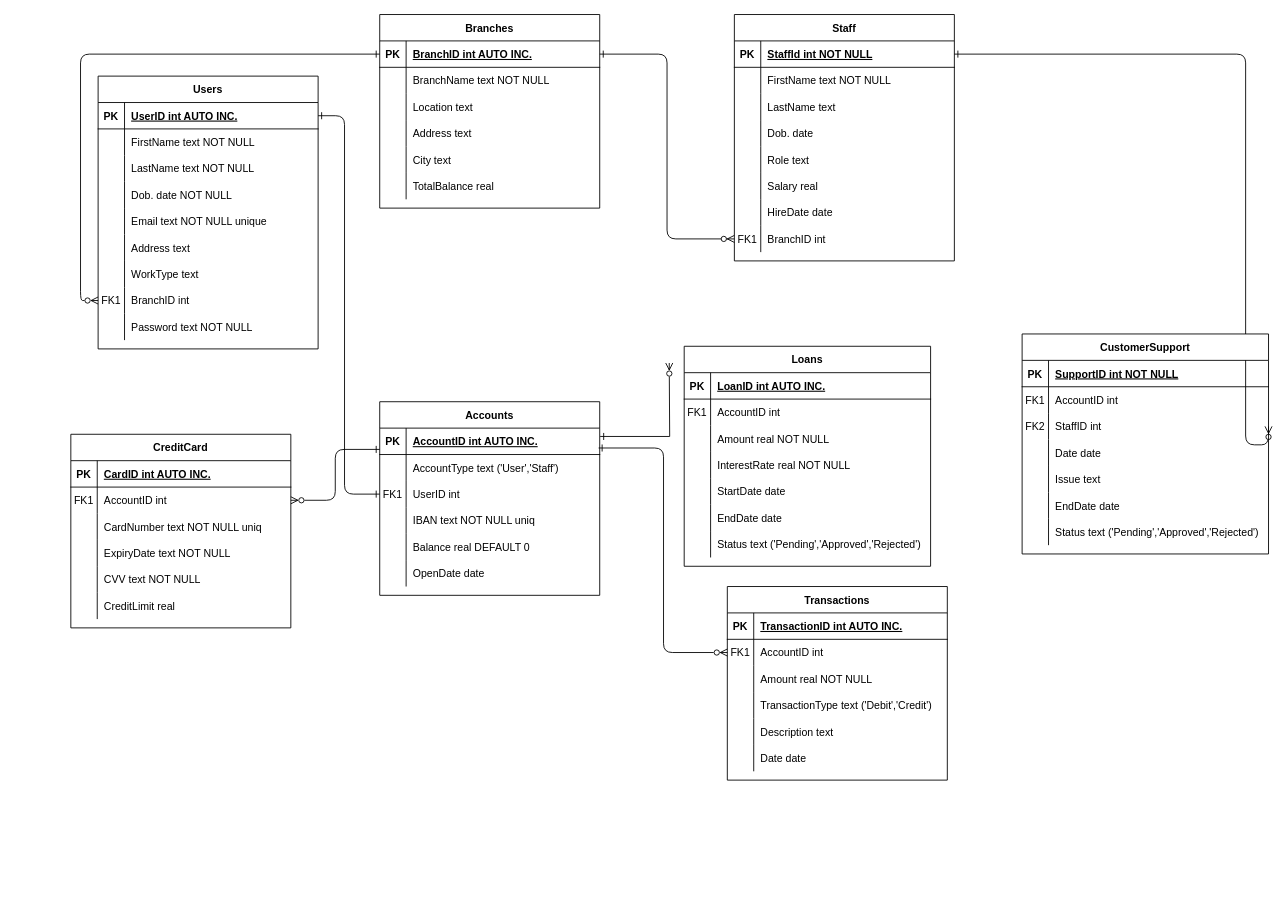
Eneuss/NoteBank keeps this draw.io diagram as NoteBank.drawio. Above is the earlier version. Source tidied: cells renumbered, new cells numbered last; positions are measured from the earlier drawing's top-left corner, leaving out a move shared by most shapes. Both pictures are drawn from the tidied source at 88%, with x=0, y=0 at pixel (70, 14).
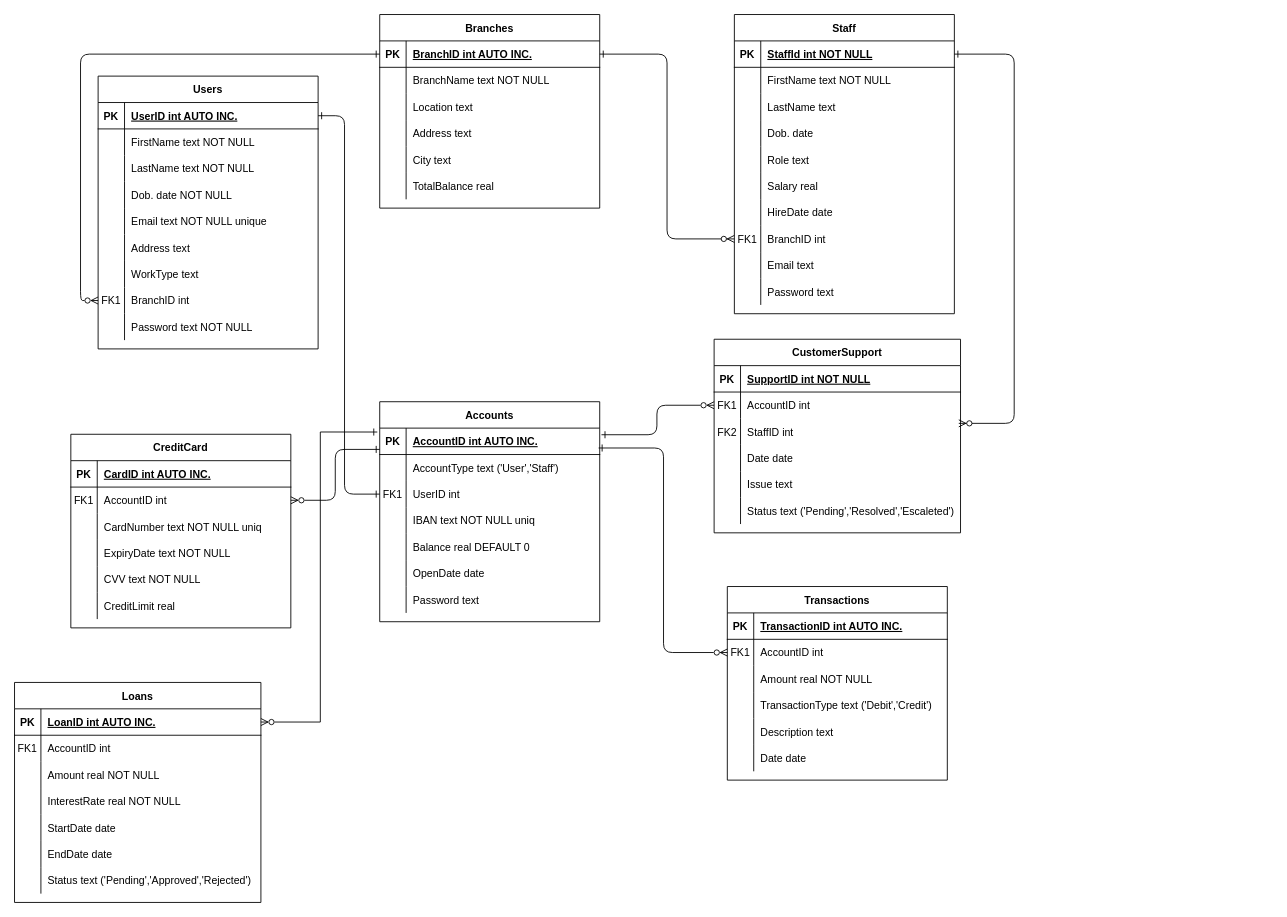
The same diagram, later.

Unchanged cells that the change refers to:
```xml
<mxCell id="5" style="shape=partialRectangle;fillColor=none;points=[[0,0.5],[1,0.5]];portConstraint=eastwest;top=0;left=0;right=0;bottom=1;" parent="4" vertex="1">
  <mxGeometry y="30" width="250" height="30" as="geometry" />
</mxCell>
<mxCell id="33" style="shape=partialRectangle;fillColor=none;points=[[0,0.5],[1,0.5]];portConstraint=eastwest;top=0;left=0;right=0;bottom=0;" parent="29" vertex="1">
  <mxGeometry y="60" width="280" height="30" as="geometry" />
</mxCell>
<mxCell id="36" style="shape=partialRectangle;fillColor=none;points=[[0,0.5],[1,0.5]];portConstraint=eastwest;top=0;left=0;right=0;bottom=0;" parent="29" vertex="1">
  <mxGeometry y="90" width="280" height="30" as="geometry" />
</mxCell>
<mxCell id="99" style="shape=partialRectangle;fillColor=none;points=[[0,0.5],[1,0.5]];portConstraint=eastwest;top=0;left=0;right=0;bottom=1;" parent="98" vertex="1">
  <mxGeometry y="30" width="250" height="30" as="geometry" />
</mxCell>
<mxCell id="159" style="shape=partialRectangle;fillColor=none;points=[[0,0.5],[1,0.5]];portConstraint=eastwest;top=0;left=0;right=0;bottom=1;" parent="158" vertex="1">
  <mxGeometry y="30" width="280" height="30" as="geometry" />
</mxCell>
```

Diff of the diagram source:
```diff
@@
-    <mxCell id="3" style="edgeStyle=orthogonalEdgeStyle;endArrow=ERzeroToMany;startArrow=ERone;endFill=1;startFill=0;entryX=1;entryY=0.5;entryDx=0;entryDy=0;exitX=1;exitY=0.5;exitDx=0;exitDy=0;" parent="1" edge="1" source="5" target="36">
+    <mxCell id="3" style="edgeStyle=orthogonalEdgeStyle;endArrow=ERzeroToMany;startArrow=ERone;endFill=1;startFill=0;entryX=0.993;entryY=0.186;entryDx=0;entryDy=0;exitX=1;exitY=0.5;exitDx=0;exitDy=0;entryPerimeter=0;" parent="1" edge="1" source="5" target="36">
       <mxGeometry relative="1" as="geometry">
         <Array as="points">
-          <mxPoint x="1335" y="45" />
-          <mxPoint x="1335" y="489" />
+          <mxPoint x="1072" y="45" />
+          <mxPoint x="1072" y="465" />
         </Array>
       </mxGeometry>
     </mxCell>
     <mxCell id="4" value="Staff" style="shape=table;startSize=30;childLayout=tableLayout;rowLines=0;fontStyle=1;align=center;" parent="1" vertex="1">
-      <mxGeometry x="754" width="250" height="280" as="geometry" />
+      <mxGeometry x="754" width="250" height="340" as="geometry" />
     </mxCell>
@@
+    <mxCell id="182" style="shape=partialRectangle;fillColor=none;top=0;left=0;right=0;bottom=0;" parent="4" vertex="1">
+      <mxGeometry y="270" width="250" height="30" as="geometry" />
+    </mxCell>
+    <mxCell id="183" style="shape=partialRectangle;overflow=hidden;fillColor=none;top=0;left=0;bottom=0;right=0;" parent="182" vertex="1">
+      <mxGeometry width="30" height="30" as="geometry" />
+    </mxCell>
+    <mxCell id="184" value="Email text" style="shape=partialRectangle;overflow=hidden;fillColor=none;top=0;left=0;bottom=0;right=0;align=left;spacingLeft=6;" parent="182" vertex="1">
+      <mxGeometry x="30" width="220" height="30" as="geometry" />
+    </mxCell>
+    <mxCell id="185" style="shape=partialRectangle;fillColor=none;top=0;left=0;right=0;bottom=0;" parent="4" vertex="1">
+      <mxGeometry y="300" width="250" height="30" as="geometry" />
+    </mxCell>
+    <mxCell id="186" style="shape=partialRectangle;overflow=hidden;fillColor=none;top=0;left=0;bottom=0;right=0;" parent="185" vertex="1">
+      <mxGeometry width="30" height="30" as="geometry" />
+    </mxCell>
+    <mxCell id="187" value="Password text" style="shape=partialRectangle;overflow=hidden;fillColor=none;top=0;left=0;bottom=0;right=0;align=left;spacingLeft=6;" parent="185" vertex="1">
+      <mxGeometry x="30" width="220" height="30" as="geometry" />
+    </mxCell>
     <mxCell id="29" value="CustomerSupport" style="shape=table;startSize=30;childLayout=tableLayout;rowLines=0;fontStyle=1;align=center;" parent="1" vertex="1">
-      <mxGeometry x="1081" y="363" width="280" height="250" as="geometry" />
+      <mxGeometry x="731" y="369" width="280" height="220" as="geometry" />
     </mxCell>
@@
-    <mxCell id="45" style="shape=partialRectangle;fillColor=none;top=0;left=0;right=0;bottom=0;" parent="29" vertex="1">
-      <mxGeometry y="180" width="280" height="30" as="geometry" />
-    </mxCell>
-    <mxCell id="46" style="shape=partialRectangle;overflow=hidden;fillColor=none;top=0;left=0;bottom=0;right=0;" parent="45" vertex="1">
-      <mxGeometry width="30" height="30" as="geometry" />
-    </mxCell>
-    <mxCell id="47" value="EndDate date" style="shape=partialRectangle;overflow=hidden;fillColor=none;top=0;left=0;bottom=0;right=0;align=left;spacingLeft=6;" parent="45" vertex="1">
-      <mxGeometry x="30" width="250" height="30" as="geometry" />
-    </mxCell>
     <mxCell id="48" style="shape=partialRectangle;fillColor=none;top=0;left=0;right=0;bottom=0;" parent="29" vertex="1">
-      <mxGeometry y="210" width="280" height="30" as="geometry" />
+      <mxGeometry y="180" width="280" height="30" as="geometry" />
     </mxCell>
@@
-    <mxCell id="50" value="Status text ('Pending','Approved','Rejected')" style="shape=partialRectangle;overflow=hidden;fillColor=none;top=0;left=0;bottom=0;right=0;align=left;spacingLeft=6;" parent="48" vertex="1">
+    <mxCell id="50" value="Status text ('Pending','Resolved','Escaleted')" style="shape=partialRectangle;overflow=hidden;fillColor=none;top=0;left=0;bottom=0;right=0;align=left;spacingLeft=6;" parent="48" vertex="1">
       <mxGeometry x="30" width="250" height="30" as="geometry" />
     </mxCell>
@@
     <mxCell id="98" value="Accounts" style="shape=table;startSize=30;childLayout=tableLayout;rowLines=0;fontStyle=1;align=center;" parent="1" vertex="1">
-      <mxGeometry x="351" y="440" width="250" height="220" as="geometry" />
+      <mxGeometry x="351" y="440" width="250" height="250" as="geometry" />
     </mxCell>
@@
+    <mxCell id="188" style="shape=partialRectangle;fillColor=none;top=0;left=0;right=0;bottom=0;" parent="98" vertex="1">
+      <mxGeometry y="210" width="250" height="30" as="geometry" />
+    </mxCell>
+    <mxCell id="189" style="shape=partialRectangle;overflow=hidden;fillColor=none;top=0;left=0;bottom=0;right=0;" parent="188" vertex="1">
+      <mxGeometry width="30" height="30" as="geometry" />
+    </mxCell>
+    <mxCell id="190" value="Password text" style="shape=partialRectangle;overflow=hidden;fillColor=none;top=0;left=0;bottom=0;right=0;align=left;spacingLeft=6;" parent="188" vertex="1">
+      <mxGeometry x="30" width="220" height="30" as="geometry" />
+    </mxCell>
@@
     <mxCell id="158" value="Loans" style="shape=table;startSize=30;childLayout=tableLayout;rowLines=0;fontStyle=1;align=center;" parent="1" vertex="1">
-      <mxGeometry x="697" y="377" width="280" height="250" as="geometry" />
+      <mxGeometry x="-64" y="759" width="280" height="250" as="geometry" />
     </mxCell>
@@
-    <mxCell id="181" style="edgeStyle=orthogonalEdgeStyle;rounded=0;jettySize=auto;html=1;startArrow=ERzeroToMany;startFill=0;endArrow=ERone;endFill=0;entryX=1.002;entryY=0.316;entryDx=0;entryDy=0;entryPerimeter=0;" parent="1" edge="1" target="99">
-      <mxGeometry relative="1" as="geometry">
-        <mxPoint x="680" y="396" as="sourcePoint" />
-      </mxGeometry>
+    <mxCell id="181" style="edgeStyle=orthogonalEdgeStyle;rounded=0;jettySize=auto;html=1;startArrow=ERzeroToMany;startFill=0;endArrow=ERone;endFill=0;exitX=1;exitY=0.5;exitDx=0;exitDy=0;entryX=-0.011;entryY=0.148;entryDx=0;entryDy=0;entryPerimeter=0;" parent="1" edge="1" source="159" target="99">
+      <mxGeometry relative="1" as="geometry" />
     </mxCell>
+    <mxCell id="191" style="endArrow=ERzeroToMany;html=1;rounded=1;startArrow=ERone;startFill=0;endFill=0;edgeStyle=orthogonalEdgeStyle;curved=0;entryX=0;entryY=0.5;entryDx=0;entryDy=0;exitX=1.008;exitY=0.251;exitDx=0;exitDy=0;exitPerimeter=0;" parent="1" edge="1" source="99" target="33">
+      <mxGeometry relative="1" as="geometry" />
+    </mxCell>
```
